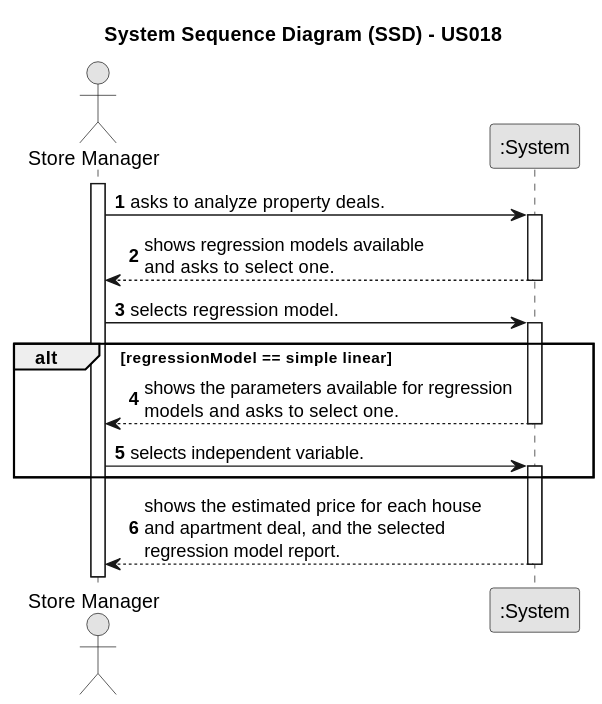
Above: docs/sprintD/us018/01.requirements-engineering/svg/us018-system-sequence-diagram.svg in rita-barbosa/LAPR2-2223 (PlantUML), before the change. Its diagram source:
```plantuml
@startuml
skinparam monochrome true
skinparam packageStyle rectangle
skinparam shadowing false

title System Sequence Diagram (SSD) - US018

autonumber

actor "Store Manager" as Employee
participant ":System" as System

activate Employee

    Employee -> System : asks to analyze property deals.
    activate System

    System --> Employee : shows regression models available \nand asks to select one.
    deactivate System

    Employee -> System : selects regression model.
    activate System

    alt regressionModel == simple linear
        System --> Employee:  shows the parameters available for regression \nmodels and asks to select one.
         deactivate System
        Employee -> System: selects independent variable.
        activate System
    end alt

    System --> Employee : shows the estimated price for each house\nand apartment deal, and the selected \nregression model report.
    deactivate System
@enduml
```
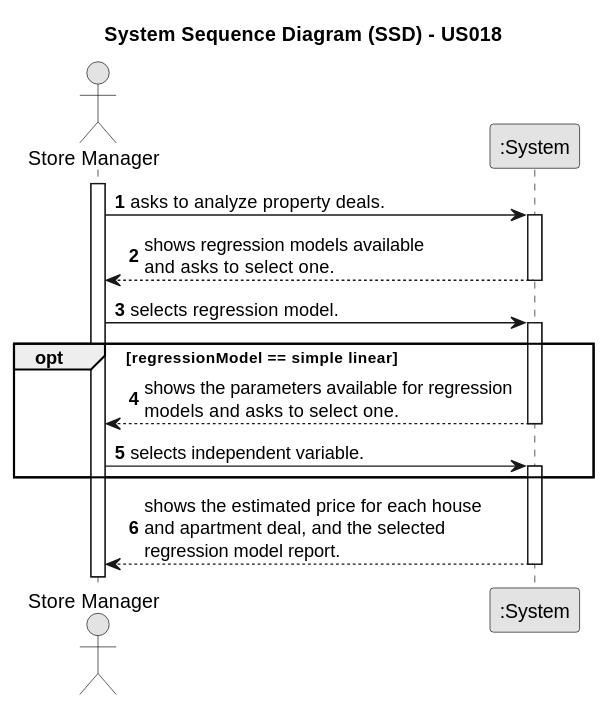
After the change.

The edit, as a diff of the source:
```diff
@@ -21,7 +21,7 @@
     Employee -> System : selects regression model.
     activate System
 
-    alt regressionModel == simple linear
+    opt regressionModel == simple linear
         System --> Employee:  shows the parameters available for regression \nmodels and asks to select one.
          deactivate System
         Employee -> System: selects independent variable.
```
